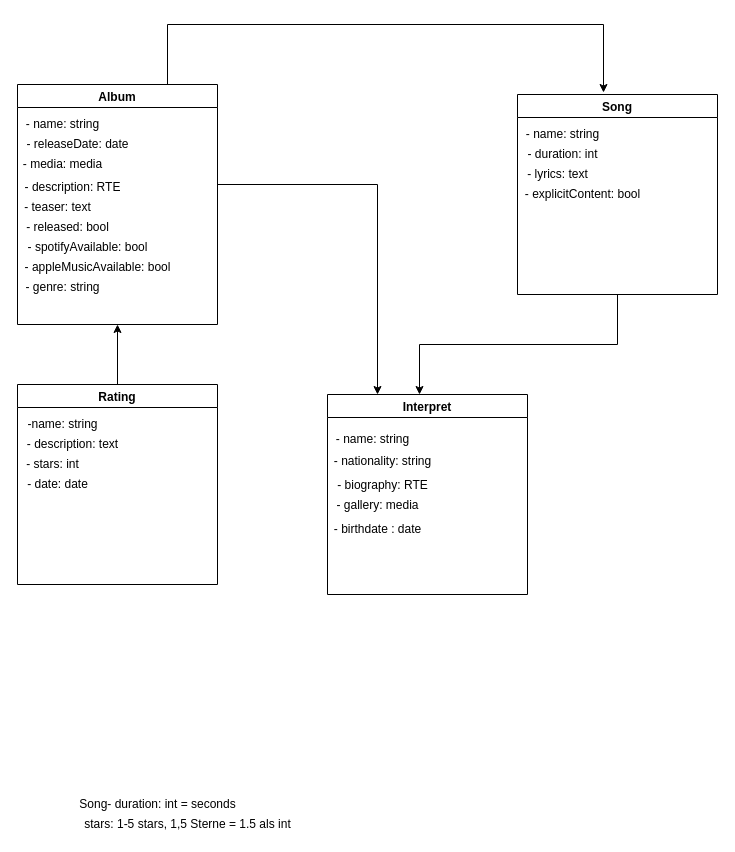
free-prayer-bird/demo-repo keeps this draw.io diagram as page "UML" (1 of 10) of Untitled Diagram.drawio. Above is the earlier version. Source tidied: cells renumbered, new cells numbered last; positions are measured from the earlier drawing's top-left corner, leaving out a move shared by most shapes. Both pictures are drawn from the tidied source at 100%, with x=0, y=0 at pixel (17, 24).
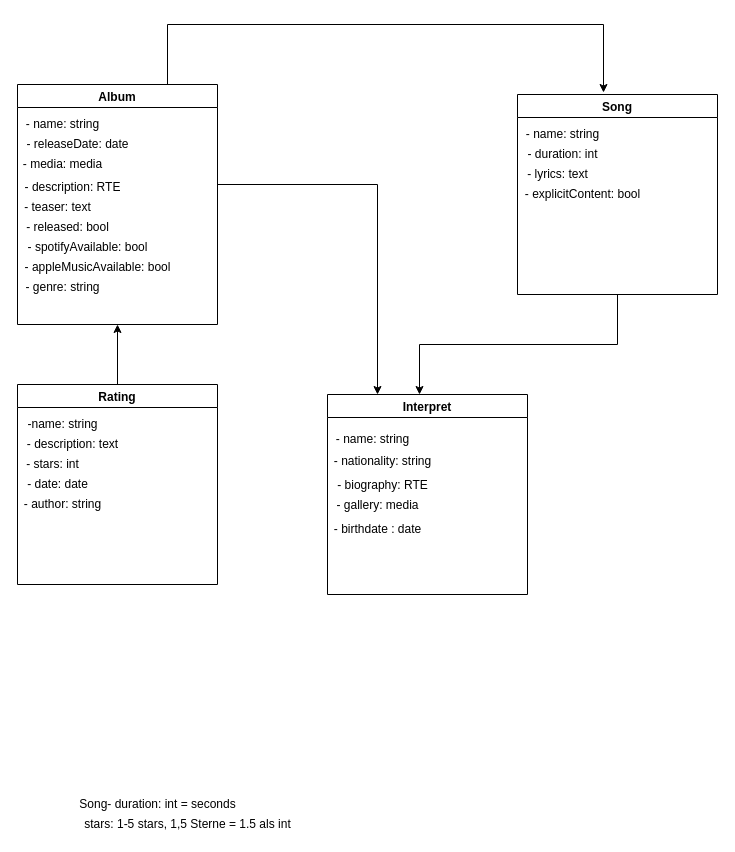
The same diagram, later.

Unchanged cells that the change refers to:
```xml
<mxCell id="28" value="Rating" style="swimlane;" parent="1" vertex="1">
  <mxGeometry y="360" width="200" height="200" as="geometry" />
</mxCell>
```

Diff of the diagram source:
```diff
@@
+    <mxCell id="34" value="- author: string" style="text;html=1;align=center;verticalAlign=middle;strokeColor=none;fillColor=none;" parent="28" vertex="1">
+      <mxGeometry y="110" width="90" height="20" as="geometry" />
+    </mxCell>
```
